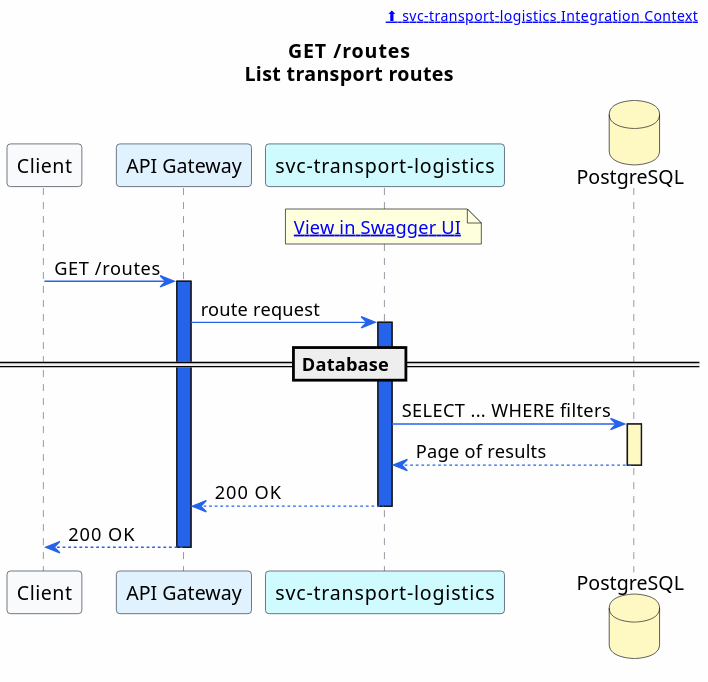
This is portal/docs/microservices/svg/svc-transport-logistics--get-routes.svg from christopherblaisdell/continuous-architecture-platform-poc, a PlantUML export, as it was before one commit.
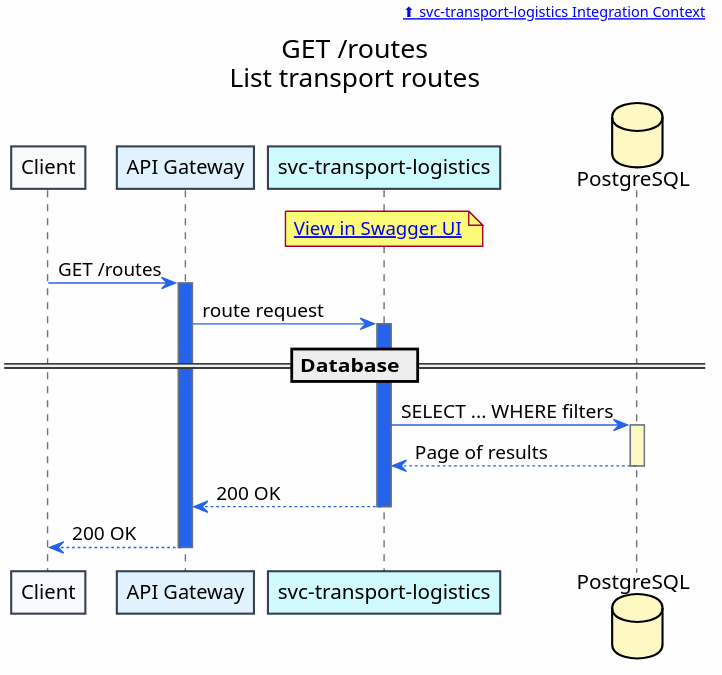
The same diagram one commit later.

The edit, as a diff of the source:
```diff
@@ -1,4 +1,5 @@
-@startuml
+@startuml svc-transport-logistics--get-routes
+
 skinparam backgroundColor #FEFEFE
 skinparam shadowing false
 skinparam defaultFontName "Segoe UI"
@@ -42,4 +43,5 @@
 deactivate Svc
 GW --> Client : 200 OK
 deactivate GW
+
 @enduml
```
